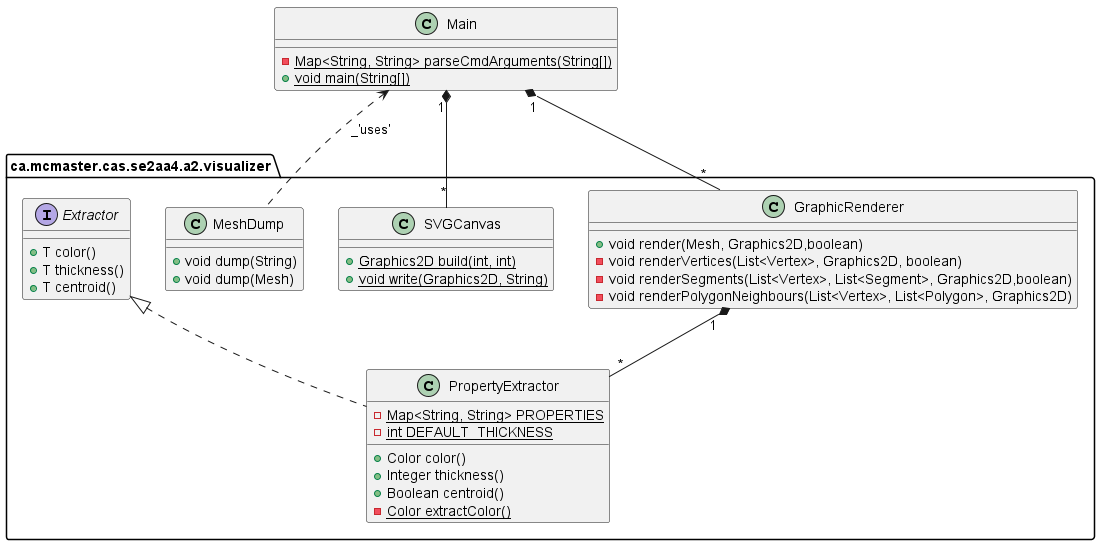
The PlantUML diagram visualizer/VisualizerUML.png in Ahren-Chen/MeshGenerator, before a commit.
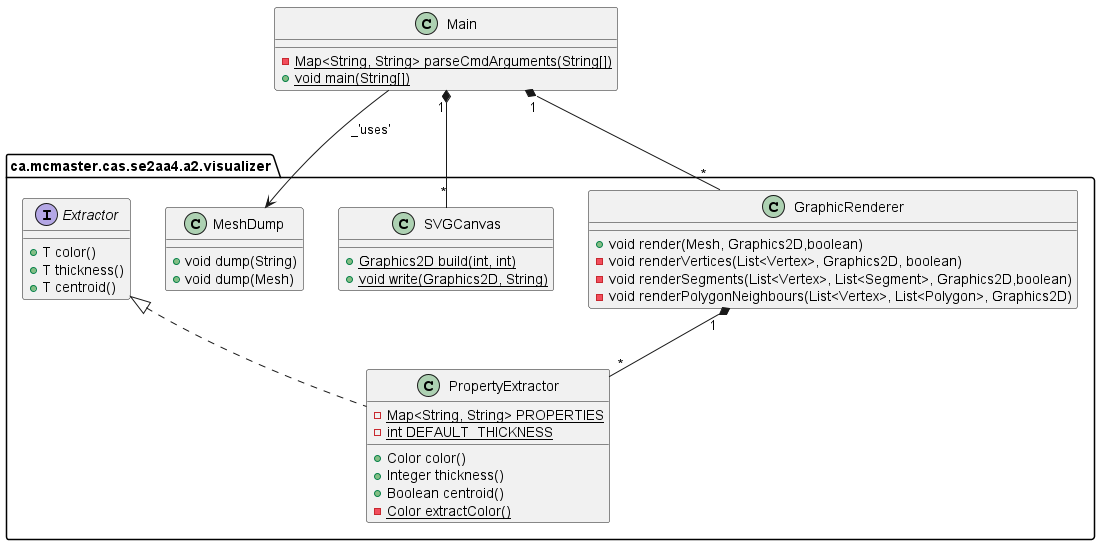
The same file after the commit.

What changed in the source:
```diff
@@ -34,7 +34,7 @@
 
 Main "1" *-- "*" ca.mcmaster.cas.se2aa4.a2.visualizer.GraphicRenderer
 Main "1" *-- "*" ca.mcmaster.cas.se2aa4.a2.visualizer.SVGCanvas
-Main <.. ca.mcmaster.cas.se2aa4.a2.visualizer.MeshDump: _'uses'
+Main --> ca.mcmaster.cas.se2aa4.a2.visualizer.MeshDump: _'uses'
 ca.mcmaster.cas.se2aa4.a2.visualizer.GraphicRenderer "1" *-- "*" ca.mcmaster.cas.se2aa4.a2.visualizer.PropertyExtractor
 ca.mcmaster.cas.se2aa4.a2.visualizer.Extractor <|.. ca.mcmaster.cas.se2aa4.a2.visualizer.PropertyExtractor
 @enduml
```
